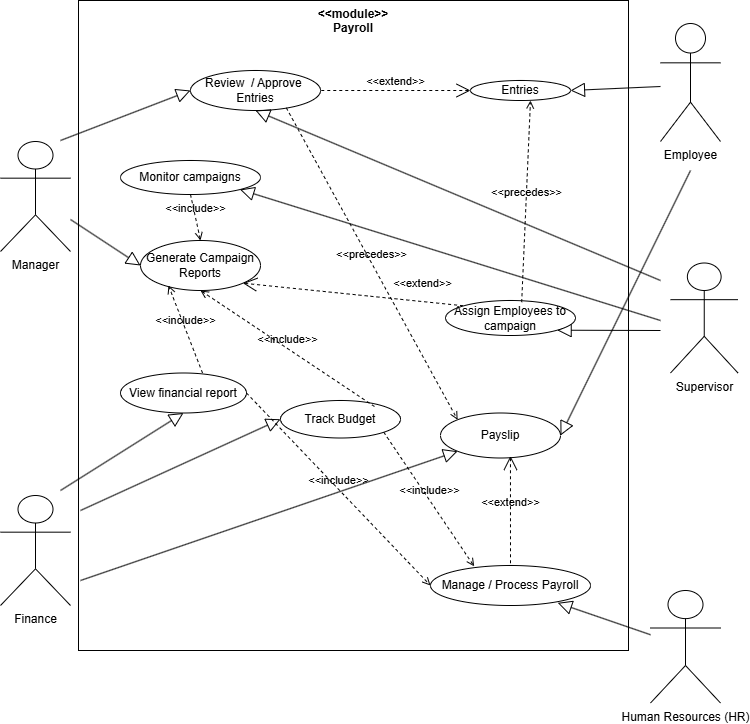
Above: Diagrams/ProjectDiagramUseCase3.png in ajjane19/WEBFRAME-PROJ (draw.io), before the change. Source tidied: cells renumbered, new cells last; positions are measured from the earlier drawing's top-left corner, leaving out a move shared by most shapes.
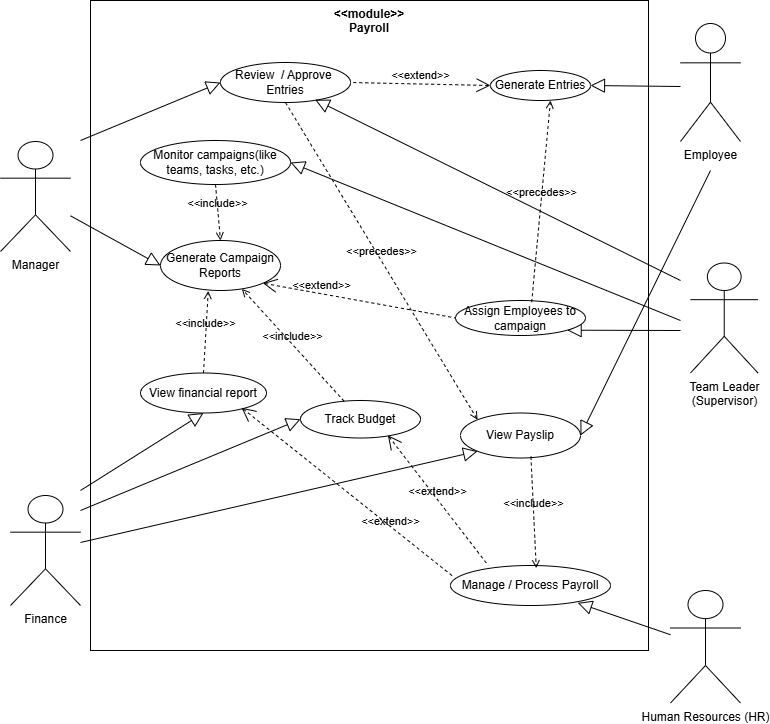
Above is the later version.

Commit message:
Fixing usecase diagrams

What changed in the source:
```diff
@@ -3,10 +3,10 @@
     <mxCell id="0" />
     <mxCell id="1" parent="0" />
     <mxCell id="2" value="&amp;nbsp; &amp;nbsp; &amp;lt;&amp;lt;module&amp;gt;&amp;gt;&amp;nbsp; &amp;nbsp;&amp;nbsp;&lt;div&gt;&lt;span style=&quot;background-color: transparent; color: light-dark(rgb(0, 0, 0), rgb(255, 255, 255));&quot;&gt;Payroll&lt;/span&gt;&lt;/div&gt;" style="shape=rect;html=1;verticalAlign=top;fontStyle=1;whiteSpace=wrap;align=center;" parent="1" vertex="1">
-      <mxGeometry x="78" width="550" height="650" as="geometry" />
+      <mxGeometry x="70" width="558" height="650" as="geometry" />
     </mxCell>
     <mxCell id="3" value="Manager" style="shape=umlActor;html=1;verticalLabelPosition=bottom;verticalAlign=top;align=center;" parent="1" vertex="1">
-      <mxGeometry y="141" width="70" height="110" as="geometry" />
+      <mxGeometry x="-20" y="141" width="70" height="110" as="geometry" />
     </mxCell>
     <mxCell id="4" value="Employee" style="shape=umlActor;html=1;verticalLabelPosition=bottom;verticalAlign=top;align=center;" parent="1" vertex="1">
       <mxGeometry x="660" y="23" width="60" height="118" as="geometry" />
@@ -14,11 +14,11 @@
     <mxCell id="5" value="Human Resources (HR)" style="shape=umlActor;html=1;verticalLabelPosition=bottom;verticalAlign=top;align=center;" parent="1" vertex="1">
       <mxGeometry x="650" y="590" width="70" height="112.5" as="geometry" />
     </mxCell>
-    <mxCell id="6" value="Entries" style="ellipse;whiteSpace=wrap;html=1;" parent="1" vertex="1">
-      <mxGeometry x="470" y="80" width="100" height="20" as="geometry" />
+    <mxCell id="6" value="Generate Entries" style="ellipse;whiteSpace=wrap;html=1;" parent="1" vertex="1">
+      <mxGeometry x="470" y="70" width="100" height="30" as="geometry" />
     </mxCell>
     <mxCell id="7" value="Review&amp;nbsp; / Approve&amp;nbsp;&lt;div&gt;Entries&lt;/div&gt;" style="ellipse;whiteSpace=wrap;html=1;" parent="1" vertex="1">
-      <mxGeometry x="190" y="70" width="130" height="40" as="geometry" />
+      <mxGeometry x="200" y="62" width="130" height="40" as="geometry" />
     </mxCell>
     <mxCell id="8" value="&amp;lt;&amp;lt;extend&amp;gt;&amp;gt;" style="edgeStyle=none;html=1;startArrow=open;endArrow=none;startSize=12;verticalAlign=bottom;dashed=1;labelBackgroundColor=none;rounded=0;entryX=1;entryY=0.5;entryDx=0;entryDy=0;exitX=0;exitY=0.5;exitDx=0;exitDy=0;" parent="1" edge="1" source="6" target="7">
       <mxGeometry relative="1" as="geometry" />
@@ -26,20 +26,20 @@
     <mxCell id="9" value="Manage / Process Payroll" style="ellipse;whiteSpace=wrap;html=1;" parent="1" vertex="1">
       <mxGeometry x="430" y="565" width="160" height="40" as="geometry" />
     </mxCell>
-    <mxCell id="10" value="Supervisor" style="shape=umlActor;html=1;verticalLabelPosition=bottom;verticalAlign=top;align=center;" parent="1" vertex="1">
+    <mxCell id="10" value="Team Leader&lt;br&gt;(Supervisor)" style="shape=umlActor;html=1;verticalLabelPosition=bottom;verticalAlign=top;align=center;" parent="1" vertex="1">
       <mxGeometry x="670" y="262.5" width="67.5" height="110" as="geometry" />
     </mxCell>
     <mxCell id="11" value="Generate Campaign Reports" style="ellipse;whiteSpace=wrap;html=1;" parent="1" vertex="1">
       <mxGeometry x="140" y="240" width="120" height="50" as="geometry" />
     </mxCell>
-    <mxCell id="12" value="&amp;lt;&amp;lt;extend&amp;gt;&amp;gt;" style="edgeStyle=none;html=1;startArrow=open;endArrow=none;startSize=12;verticalAlign=bottom;dashed=1;labelBackgroundColor=none;rounded=0;entryX=0;entryY=0;entryDx=0;entryDy=0;exitX=1;exitY=1;exitDx=0;exitDy=0;" parent="1" edge="1" source="11" target="36">
-      <mxGeometry x="0.62" y="9" relative="1" as="geometry" />
+    <mxCell id="12" value="&amp;lt;&amp;lt;extend&amp;gt;&amp;gt;" style="edgeStyle=none;html=1;startArrow=open;endArrow=none;startSize=12;verticalAlign=bottom;dashed=1;labelBackgroundColor=none;rounded=0;entryX=0;entryY=0.5;entryDx=0;entryDy=0;exitX=1;exitY=1;exitDx=0;exitDy=0;" parent="1" edge="1" source="11" target="36">
+      <mxGeometry x="-0.39" y="-1" relative="1" as="geometry" />
     </mxCell>
-    <mxCell id="13" value="Payslip" style="ellipse;whiteSpace=wrap;html=1;" parent="1" vertex="1">
+    <mxCell id="13" value="View Payslip" style="ellipse;whiteSpace=wrap;html=1;" parent="1" vertex="1">
       <mxGeometry x="440" y="412.5" width="120" height="45" as="geometry" />
     </mxCell>
     <mxCell id="14" value="Finance&lt;div&gt;&lt;br&gt;&lt;/div&gt;" style="shape=umlActor;html=1;verticalLabelPosition=bottom;verticalAlign=top;align=center;" parent="1" vertex="1">
-      <mxGeometry y="495" width="70" height="110" as="geometry" />
+      <mxGeometry x="-10" y="495" width="70" height="110" as="geometry" />
     </mxCell>
     <mxCell id="15" value="Track Budget" style="ellipse;whiteSpace=wrap;html=1;" parent="1" vertex="1">
       <mxGeometry x="280" y="400" width="120" height="37.5" as="geometry" />
@@ -47,22 +47,13 @@
     <mxCell id="16" value="View financial report" style="ellipse;whiteSpace=wrap;html=1;" parent="1" vertex="1">
       <mxGeometry x="120" y="372.5" width="126" height="40" as="geometry" />
     </mxCell>
-    <mxCell id="17" value="&amp;lt;&amp;lt;include&amp;gt;&amp;gt;" style="edgeStyle=none;html=1;endArrow=open;verticalAlign=bottom;dashed=1;labelBackgroundColor=none;rounded=0;exitX=1;exitY=1;exitDx=0;exitDy=0;entryX=0.273;entryY=0.022;entryDx=0;entryDy=0;entryPerimeter=0;" parent="1" edge="1" source="15" target="9">
-      <mxGeometry relative="1" as="geometry" />
-    </mxCell>
-    <mxCell id="18" value="&amp;lt;&amp;lt;include&amp;gt;&amp;gt;" style="edgeStyle=none;html=1;endArrow=open;verticalAlign=bottom;dashed=1;labelBackgroundColor=none;rounded=0;exitX=0.651;exitY=0;exitDx=0;exitDy=0;exitPerimeter=0;entryX=0.233;entryY=0.9;entryDx=0;entryDy=0;entryPerimeter=0;" parent="1" edge="1" source="16" target="11">
+    <mxCell id="18" value="&amp;lt;&amp;lt;include&amp;gt;&amp;gt;" style="edgeStyle=none;html=1;endArrow=open;verticalAlign=bottom;dashed=1;labelBackgroundColor=none;rounded=0;exitX=0.5;exitY=0;exitDx=0;exitDy=0;entryX=0.398;entryY=1.008;entryDx=0;entryDy=0;entryPerimeter=0;" parent="1" edge="1" source="16" target="11">
       <mxGeometry relative="1" as="geometry" />
     </mxCell>
-    <mxCell id="19" value="&amp;lt;&amp;lt;include&amp;gt;&amp;gt;" style="edgeStyle=none;html=1;endArrow=open;verticalAlign=bottom;dashed=1;labelBackgroundColor=none;rounded=0;exitX=0.783;exitY=0.16;exitDx=0;exitDy=0;exitPerimeter=0;entryX=0.5;entryY=1;entryDx=0;entryDy=0;" parent="1" edge="1" source="15" target="11">
+    <mxCell id="19" value="&amp;lt;&amp;lt;include&amp;gt;&amp;gt;" style="edgeStyle=none;html=1;endArrow=open;verticalAlign=bottom;dashed=1;labelBackgroundColor=none;rounded=0;" parent="1" edge="1" source="15" target="11">
       <mxGeometry relative="1" as="geometry" />
     </mxCell>
-    <mxCell id="20" value="&amp;lt;&amp;lt;include&amp;gt;&amp;gt;" style="edgeStyle=none;html=1;endArrow=open;verticalAlign=bottom;dashed=1;labelBackgroundColor=none;rounded=0;exitX=1;exitY=0.5;exitDx=0;exitDy=0;entryX=0;entryY=0.5;entryDx=0;entryDy=0;" parent="1" edge="1" source="16" target="9">
-      <mxGeometry relative="1" as="geometry" />
-    </mxCell>
-    <mxCell id="21" value="&amp;lt;&amp;lt;extend&amp;gt;&amp;gt;" style="edgeStyle=none;html=1;startArrow=open;endArrow=none;startSize=12;verticalAlign=bottom;dashed=1;labelBackgroundColor=none;rounded=0;exitX=0.583;exitY=0.956;exitDx=0;exitDy=0;exitPerimeter=0;entryX=0.5;entryY=0;entryDx=0;entryDy=0;" parent="1" edge="1" source="13" target="9">
-      <mxGeometry relative="1" as="geometry" />
-    </mxCell>
-    <mxCell id="22" style="edgeStyle=none;html=1;endArrow=block;endFill=0;endSize=12;verticalAlign=bottom;rounded=0;entryX=0.5;entryY=1;entryDx=0;entryDy=0;" parent="1" edge="1" target="7">
+    <mxCell id="22" style="edgeStyle=none;html=1;endArrow=block;endFill=0;endSize=12;verticalAlign=bottom;rounded=0;entryX=0.728;entryY=0.93;entryDx=0;entryDy=0;entryPerimeter=0;" parent="1" edge="1" target="7">
       <mxGeometry relative="1" as="geometry">
         <mxPoint x="660" y="280" as="sourcePoint" />
       </mxGeometry>
@@ -77,10 +68,8 @@
         <mxPoint x="660" y="86" as="sourcePoint" />
       </mxGeometry>
     </mxCell>
-    <mxCell id="25" style="edgeStyle=none;html=1;endArrow=block;endFill=0;endSize=12;verticalAlign=bottom;rounded=0;entryX=0;entryY=1;entryDx=0;entryDy=0;" parent="1" edge="1" target="13">
-      <mxGeometry relative="1" as="geometry">
-        <mxPoint x="80" y="580" as="sourcePoint" />
-      </mxGeometry>
+    <mxCell id="25" style="edgeStyle=none;html=1;endArrow=block;endFill=0;endSize=12;verticalAlign=bottom;rounded=0;entryX=0;entryY=1;entryDx=0;entryDy=0;" parent="1" edge="1" source="14" target="13">
+      <mxGeometry relative="1" as="geometry" />
     </mxCell>
     <mxCell id="26" style="edgeStyle=none;html=1;endArrow=block;endFill=0;endSize=12;verticalAlign=bottom;rounded=0;entryX=0.5;entryY=1;entryDx=0;entryDy=0;" parent="1" edge="1" target="16">
       <mxGeometry relative="1" as="geometry">
@@ -89,7 +78,7 @@
     </mxCell>
     <mxCell id="27" style="edgeStyle=none;html=1;endArrow=block;endFill=0;endSize=12;verticalAlign=bottom;rounded=0;entryX=0;entryY=0.5;entryDx=0;entryDy=0;" parent="1" edge="1" target="15">
       <mxGeometry relative="1" as="geometry">
-        <mxPoint x="80" y="510" as="sourcePoint" />
+        <mxPoint x="60" y="510" as="sourcePoint" />
       </mxGeometry>
     </mxCell>
     <mxCell id="28" style="edgeStyle=none;html=1;endArrow=block;endFill=0;endSize=12;verticalAlign=bottom;rounded=0;entryX=0.795;entryY=0.934;entryDx=0;entryDy=0;entryPerimeter=0;" parent="1" edge="1" source="5" target="9">
@@ -105,8 +94,8 @@
         <mxPoint x="690" y="170" as="sourcePoint" />
       </mxGeometry>
     </mxCell>
-    <mxCell id="31" value="Monitor campaigns" style="ellipse;whiteSpace=wrap;html=1;" parent="1" vertex="1">
-      <mxGeometry x="120" y="160" width="140" height="34" as="geometry" />
+    <mxCell id="31" value="Monitor campaigns(like teams, tasks, etc.)" style="ellipse;whiteSpace=wrap;html=1;" parent="1" vertex="1">
+      <mxGeometry x="120" y="140" width="150" height="44" as="geometry" />
     </mxCell>
     <mxCell id="32" style="edgeStyle=none;html=1;endArrow=block;endFill=0;endSize=12;verticalAlign=bottom;rounded=0;entryX=0;entryY=0.5;entryDx=0;entryDy=0;" parent="1" edge="1" source="3" target="11">
       <mxGeometry relative="1" as="geometry" />
@@ -114,7 +103,7 @@
     <mxCell id="33" value="&amp;lt;&amp;lt;include&amp;gt;&amp;gt;" style="edgeStyle=none;html=1;endArrow=open;verticalAlign=bottom;dashed=1;labelBackgroundColor=none;rounded=0;exitX=0.5;exitY=1;exitDx=0;exitDy=0;entryX=0.5;entryY=0;entryDx=0;entryDy=0;" parent="1" edge="1" source="31" target="11">
       <mxGeometry relative="1" as="geometry" />
     </mxCell>
-    <mxCell id="34" style="edgeStyle=none;html=1;endArrow=block;endFill=0;endSize=12;verticalAlign=bottom;rounded=0;entryX=1;entryY=1;entryDx=0;entryDy=0;" parent="1" edge="1" target="31">
+    <mxCell id="34" style="edgeStyle=none;html=1;endArrow=block;endFill=0;endSize=12;verticalAlign=bottom;rounded=0;entryX=1;entryY=0.5;entryDx=0;entryDy=0;" parent="1" edge="1" target="31">
       <mxGeometry relative="1" as="geometry">
         <mxPoint x="660" y="320" as="sourcePoint" />
       </mxGeometry>
@@ -125,16 +114,25 @@
       </mxGeometry>
     </mxCell>
     <mxCell id="36" value="Assign Employees to campaign" style="ellipse;whiteSpace=wrap;html=1;" parent="1" vertex="1">
-      <mxGeometry x="445" y="300" width="130" height="35" as="geometry" />
+      <mxGeometry x="435" y="300" width="130" height="35" as="geometry" />
     </mxCell>
     <mxCell id="37" style="edgeStyle=orthogonalEdgeStyle;rounded=0;orthogonalLoop=1;jettySize=auto;html=1;exitX=0.5;exitY=1;exitDx=0;exitDy=0;" parent="1" edge="1" source="2" target="2">
       <mxGeometry relative="1" as="geometry" />
     </mxCell>
-    <mxCell id="38" value="&amp;lt;&amp;lt;precedes&amp;gt;&amp;gt;" style="edgeStyle=none;html=1;endArrow=open;verticalAlign=bottom;dashed=1;labelBackgroundColor=none;rounded=0;exitX=0.737;exitY=0.933;exitDx=0;exitDy=0;exitPerimeter=0;entryX=0;entryY=0;entryDx=0;entryDy=0;" parent="1" edge="1" source="7" target="13">
+    <mxCell id="38" value="&amp;lt;&amp;lt;precedes&amp;gt;&amp;gt;" style="edgeStyle=none;html=1;endArrow=open;verticalAlign=bottom;dashed=1;labelBackgroundColor=none;rounded=0;entryX=0;entryY=0;entryDx=0;entryDy=0;exitX=0.5;exitY=1;exitDx=0;exitDy=0;" parent="1" edge="1" source="7" target="13">
       <mxGeometry relative="1" as="geometry" />
     </mxCell>
     <mxCell id="39" value="&amp;lt;&amp;lt;precedes&amp;gt;&amp;gt;" style="edgeStyle=none;html=1;endArrow=open;verticalAlign=bottom;dashed=1;labelBackgroundColor=none;rounded=0;exitX=0.586;exitY=0.048;exitDx=0;exitDy=0;exitPerimeter=0;entryX=0.6;entryY=1;entryDx=0;entryDy=0;entryPerimeter=0;" parent="1" edge="1" source="36" target="6">
       <mxGeometry relative="1" as="geometry" />
     </mxCell>
+    <mxCell id="20" value="&amp;lt;&amp;lt;extend&amp;gt;&amp;gt;" style="edgeStyle=none;html=1;startArrow=open;endArrow=none;startSize=12;verticalAlign=bottom;dashed=1;labelBackgroundColor=none;rounded=0;exitX=0.802;exitY=0.868;exitDx=0;exitDy=0;exitPerimeter=0;entryX=0.014;entryY=0.267;entryDx=0;entryDy=0;entryPerimeter=0;" parent="1" edge="1" source="16" target="9">
+      <mxGeometry x="0.43" y="-3" relative="1" as="geometry" />
+    </mxCell>
+    <mxCell id="17" value="&amp;lt;&amp;lt;extend&amp;gt;&amp;gt;" style="edgeStyle=none;html=1;startArrow=open;endArrow=none;startSize=12;verticalAlign=bottom;dashed=1;labelBackgroundColor=none;rounded=0;entryX=0.236;entryY=0;entryDx=0;entryDy=0;entryPerimeter=0;exitX=0.728;exitY=0.927;exitDx=0;exitDy=0;exitPerimeter=0;" parent="1" edge="1" source="15" target="9">
+      <mxGeometry relative="1" as="geometry" />
+    </mxCell>
+    <mxCell id="21" value="&amp;lt;&amp;lt;include&amp;gt;&amp;gt;" style="edgeStyle=none;html=1;endArrow=open;verticalAlign=bottom;dashed=1;labelBackgroundColor=none;rounded=0;exitX=0.587;exitY=0.969;exitDx=0;exitDy=0;exitPerimeter=0;entryX=0.536;entryY=0.067;entryDx=0;entryDy=0;entryPerimeter=0;" parent="1" edge="1" source="13" target="9">
+      <mxGeometry relative="1" as="geometry" />
+    </mxCell>
   </root>
 </mxGraphModel>
```
